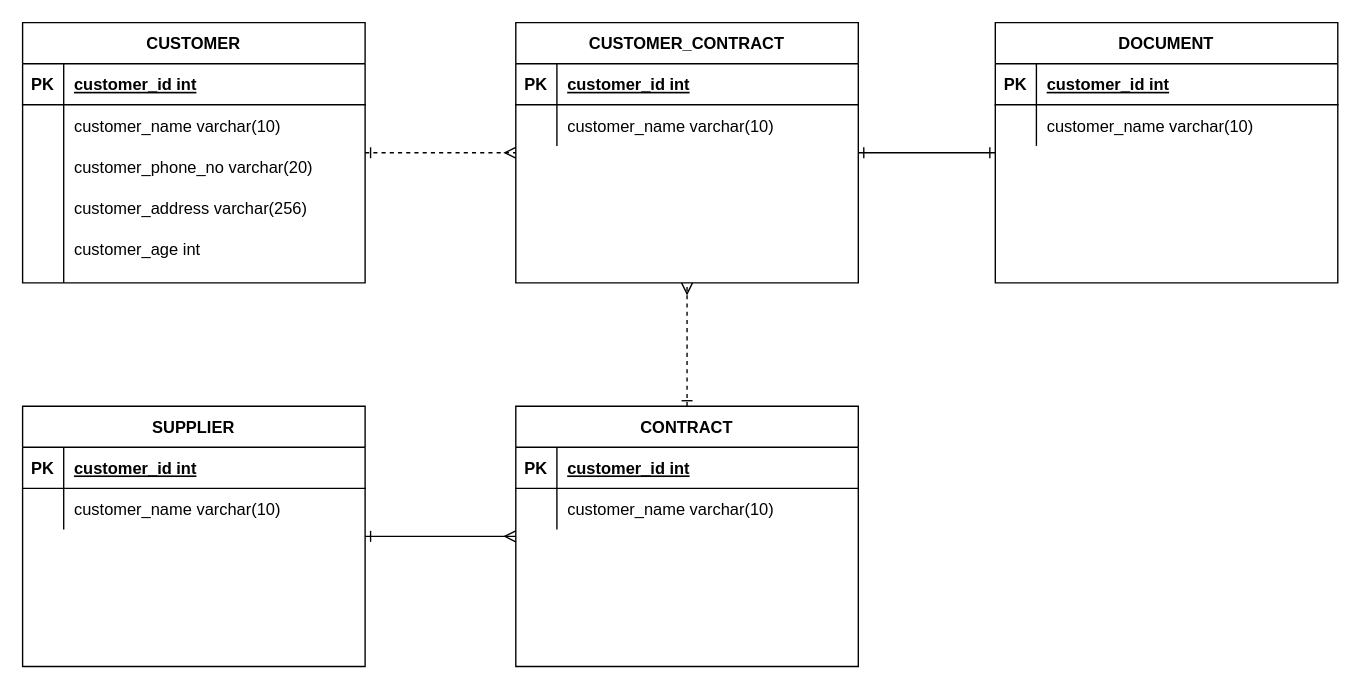
The draw.io diagram 제목 없는 다이어그램.drawio in lkis71/core, before the edit. Source tidied: cells renumbered, new cells numbered last; positions are measured from the earlier drawing's top-left corner, leaving out a move shared by most shapes. Both pictures are drawn from the tidied source at 137%, with x=0, y=0 at pixel (22, 22).
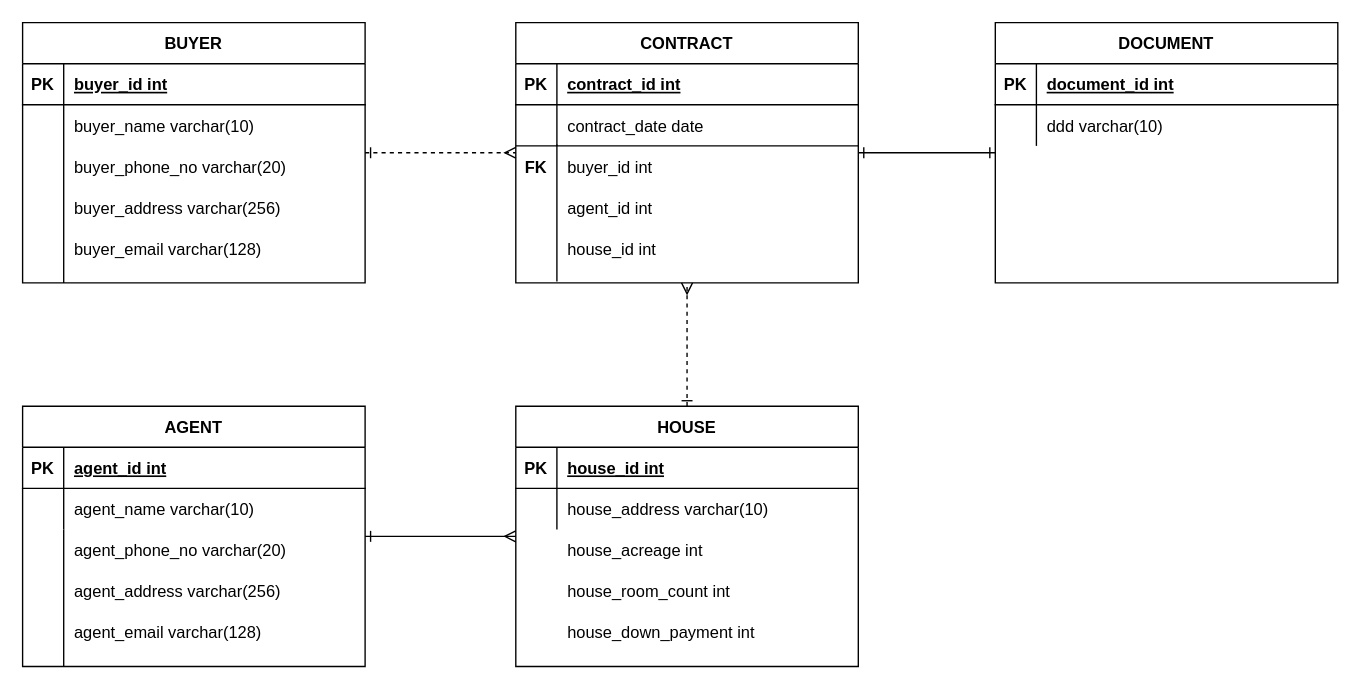
The same diagram, later.

Commit message:
제목 없는 다이어그램.drawio 업데이트

Unchanged cells that the change refers to:
```xml
<mxCell id="3" style="shape=partialRectangle;fillColor=none;top=0;left=0;right=0;bottom=1;" parent="2" vertex="1">
  <mxGeometry y="30" width="250" height="30" as="geometry" />
</mxCell>
<mxCell id="6" style="shape=partialRectangle;fillColor=none;top=0;left=0;right=0;bottom=0;" parent="2" vertex="1">
  <mxGeometry y="60" width="250" height="30" as="geometry" />
</mxCell>
<mxCell id="14" style="shape=partialRectangle;fillColor=none;top=0;left=0;right=0;bottom=1;" parent="13" vertex="1">
  <mxGeometry y="30" width="250" height="30" as="geometry" />
</mxCell>
<mxCell id="17" style="shape=partialRectangle;fillColor=none;top=0;left=0;right=0;bottom=0;" parent="13" vertex="1">
  <mxGeometry y="60" width="250" height="30" as="geometry" />
</mxCell>
<mxCell id="21" style="shape=partialRectangle;fillColor=none;top=0;left=0;right=0;bottom=1;" parent="20" vertex="1">
  <mxGeometry y="30" width="250" height="30" as="geometry" />
</mxCell>
<mxCell id="24" style="shape=partialRectangle;fillColor=none;top=0;left=0;right=0;bottom=0;" parent="20" vertex="1">
  <mxGeometry y="60" width="250" height="30" as="geometry" />
</mxCell>
<mxCell id="28" style="shape=partialRectangle;fillColor=none;top=0;left=0;right=0;bottom=1;" parent="27" vertex="1">
  <mxGeometry y="30" width="250" height="30" as="geometry" />
</mxCell>
<mxCell id="31" style="shape=partialRectangle;fillColor=none;top=0;left=0;right=0;bottom=0;" parent="27" vertex="1">
  <mxGeometry y="60" width="250" height="30" as="geometry" />
</mxCell>
<mxCell id="35" style="shape=partialRectangle;fillColor=none;top=0;left=0;right=0;bottom=1;" parent="34" vertex="1">
  <mxGeometry y="30" width="250" height="30" as="geometry" />
</mxCell>
<mxCell id="38" style="shape=partialRectangle;fillColor=none;top=0;left=0;right=0;bottom=0;" parent="34" vertex="1">
  <mxGeometry y="60" width="250" height="30" as="geometry" />
</mxCell>
```

The edit, as a diff of the source:
```diff
@@
-    <mxCell id="2" value="CUSTOMER" style="shape=table;startSize=30;childLayout=tableLayout;rowLines=0;fontStyle=1;align=center;" parent="1" vertex="1">
+    <mxCell id="2" value="BUYER" style="shape=table;startSize=30;childLayout=tableLayout;rowLines=0;fontStyle=1;align=center;" parent="1" vertex="1">
       <mxGeometry width="250" height="190" as="geometry" />
     </mxCell>
@@
-    <mxCell id="5" value="customer_id int" style="shape=partialRectangle;overflow=hidden;fillColor=none;top=0;left=0;bottom=0;right=0;align=left;spacingLeft=6;fontStyle=5;" parent="3" vertex="1">
+    <mxCell id="5" value="buyer_id int" style="shape=partialRectangle;overflow=hidden;fillColor=none;top=0;left=0;bottom=0;right=0;align=left;spacingLeft=6;fontStyle=5;" parent="3" vertex="1">
       <mxGeometry x="30" width="220" height="30" as="geometry" />
     </mxCell>
@@
-    <mxCell id="8" value="customer_name varchar(10)" style="shape=partialRectangle;overflow=hidden;fillColor=none;top=0;left=0;bottom=0;right=0;align=left;spacingLeft=6;" parent="6" vertex="1">
+    <mxCell id="8" value="buyer_name varchar(10)" style="shape=partialRectangle;overflow=hidden;fillColor=none;top=0;left=0;bottom=0;right=0;align=left;spacingLeft=6;" parent="6" vertex="1">
       <mxGeometry x="30" width="220" height="30" as="geometry" />
     </mxCell>
-    <mxCell id="9" value="customer_phone_no varchar(20)" style="shape=partialRectangle;overflow=hidden;fillColor=none;top=0;left=0;bottom=0;right=0;align=left;spacingLeft=6;" parent="1" vertex="1">
+    <mxCell id="9" value="buyer_phone_no varchar(20)" style="shape=partialRectangle;overflow=hidden;fillColor=none;top=0;left=0;bottom=0;right=0;align=left;spacingLeft=6;" parent="1" vertex="1">
       <mxGeometry x="30" y="90" width="220" height="30" as="geometry" />
     </mxCell>
-    <mxCell id="10" value="customer_address varchar(256)" style="shape=partialRectangle;overflow=hidden;fillColor=none;top=0;left=0;bottom=0;right=0;align=left;spacingLeft=6;" parent="1" vertex="1">
+    <mxCell id="10" value="buyer_address varchar(256)" style="shape=partialRectangle;overflow=hidden;fillColor=none;top=0;left=0;bottom=0;right=0;align=left;spacingLeft=6;" parent="1" vertex="1">
       <mxGeometry x="30" y="120" width="220" height="30" as="geometry" />
     </mxCell>
-    <mxCell id="11" value="customer_age int" style="shape=partialRectangle;overflow=hidden;fillColor=none;top=0;left=0;bottom=0;right=0;align=left;spacingLeft=6;" parent="1" vertex="1">
+    <mxCell id="11" value="buyer_email varchar(128)" style="shape=partialRectangle;overflow=hidden;fillColor=none;top=0;left=0;bottom=0;right=0;align=left;spacingLeft=6;" parent="1" vertex="1">
       <mxGeometry x="30" y="150" width="220" height="30" as="geometry" />
     </mxCell>
@@
-    <mxCell id="13" value="CUSTOMER_CONTRACT" style="shape=table;startSize=30;childLayout=tableLayout;rowLines=0;fontStyle=1;align=center;" parent="1" vertex="1">
+    <mxCell id="13" value="CONTRACT" style="shape=table;startSize=30;childLayout=tableLayout;rowLines=0;fontStyle=1;align=center;" parent="1" vertex="1">
       <mxGeometry x="360" width="250" height="190" as="geometry" />
     </mxCell>
@@
-    <mxCell id="16" value="customer_id int" style="shape=partialRectangle;overflow=hidden;fillColor=none;top=0;left=0;bottom=0;right=0;align=left;spacingLeft=6;fontStyle=5;" parent="14" vertex="1">
+    <mxCell id="16" value="contract_id int" style="shape=partialRectangle;overflow=hidden;fillColor=none;top=0;left=0;bottom=0;right=0;align=left;spacingLeft=6;fontStyle=5;" parent="14" vertex="1">
       <mxGeometry x="30" width="220" height="30" as="geometry" />
     </mxCell>
@@
-    <mxCell id="19" value="customer_name varchar(10)" style="shape=partialRectangle;overflow=hidden;fillColor=none;top=0;left=0;bottom=0;right=0;align=left;spacingLeft=6;" parent="17" vertex="1">
+    <mxCell id="19" value="contract_date date" style="shape=partialRectangle;overflow=hidden;fillColor=none;top=0;left=0;bottom=0;right=0;align=left;spacingLeft=6;" parent="17" vertex="1">
       <mxGeometry x="30" width="220" height="30" as="geometry" />
     </mxCell>
@@
-    <mxCell id="23" value="customer_id int" style="shape=partialRectangle;overflow=hidden;fillColor=none;top=0;left=0;bottom=0;right=0;align=left;spacingLeft=6;fontStyle=5;" parent="21" vertex="1">
+    <mxCell id="23" value="document_id int" style="shape=partialRectangle;overflow=hidden;fillColor=none;top=0;left=0;bottom=0;right=0;align=left;spacingLeft=6;fontStyle=5;" parent="21" vertex="1">
       <mxGeometry x="30" width="220" height="30" as="geometry" />
     </mxCell>
@@
-    <mxCell id="26" value="customer_name varchar(10)" style="shape=partialRectangle;overflow=hidden;fillColor=none;top=0;left=0;bottom=0;right=0;align=left;spacingLeft=6;" parent="24" vertex="1">
+    <mxCell id="26" value="ddd varchar(10)" style="shape=partialRectangle;overflow=hidden;fillColor=none;top=0;left=0;bottom=0;right=0;align=left;spacingLeft=6;" parent="24" vertex="1">
       <mxGeometry x="30" width="220" height="30" as="geometry" />
     </mxCell>
-    <mxCell id="27" value="CONTRACT" style="shape=table;startSize=30;childLayout=tableLayout;rowLines=0;fontStyle=1;align=center;" parent="1" vertex="1">
+    <mxCell id="27" value="HOUSE" style="shape=table;startSize=30;childLayout=tableLayout;rowLines=0;fontStyle=1;align=center;" parent="1" vertex="1">
       <mxGeometry x="360" y="280" width="250" height="190" as="geometry" />
     </mxCell>
@@
-    <mxCell id="30" value="customer_id int" style="shape=partialRectangle;overflow=hidden;fillColor=none;top=0;left=0;bottom=0;right=0;align=left;spacingLeft=6;fontStyle=5;" parent="28" vertex="1">
+    <mxCell id="30" value="house_id int" style="shape=partialRectangle;overflow=hidden;fillColor=none;top=0;left=0;bottom=0;right=0;align=left;spacingLeft=6;fontStyle=5;" parent="28" vertex="1">
       <mxGeometry x="30" width="220" height="30" as="geometry" />
     </mxCell>
@@
-    <mxCell id="33" value="customer_name varchar(10)" style="shape=partialRectangle;overflow=hidden;fillColor=none;top=0;left=0;bottom=0;right=0;align=left;spacingLeft=6;" parent="31" vertex="1">
+    <mxCell id="33" value="house_address varchar(10)" style="shape=partialRectangle;overflow=hidden;fillColor=none;top=0;left=0;bottom=0;right=0;align=left;spacingLeft=6;" parent="31" vertex="1">
       <mxGeometry x="30" width="220" height="30" as="geometry" />
     </mxCell>
-    <mxCell id="34" value="SUPPLIER" style="shape=table;startSize=30;childLayout=tableLayout;rowLines=0;fontStyle=1;align=center;" parent="1" vertex="1">
+    <mxCell id="34" value="AGENT" style="shape=table;startSize=30;childLayout=tableLayout;rowLines=0;fontStyle=1;align=center;" parent="1" vertex="1">
       <mxGeometry y="280" width="250" height="190" as="geometry" />
     </mxCell>
@@
-    <mxCell id="37" value="customer_id int" style="shape=partialRectangle;overflow=hidden;fillColor=none;top=0;left=0;bottom=0;right=0;align=left;spacingLeft=6;fontStyle=5;" parent="35" vertex="1">
+    <mxCell id="37" value="agent_id int" style="shape=partialRectangle;overflow=hidden;fillColor=none;top=0;left=0;bottom=0;right=0;align=left;spacingLeft=6;fontStyle=5;" parent="35" vertex="1">
       <mxGeometry x="30" width="220" height="30" as="geometry" />
     </mxCell>
@@
-    <mxCell id="40" value="customer_name varchar(10)" style="shape=partialRectangle;overflow=hidden;fillColor=none;top=0;left=0;bottom=0;right=0;align=left;spacingLeft=6;" parent="38" vertex="1">
+    <mxCell id="40" value="agent_name varchar(10)" style="shape=partialRectangle;overflow=hidden;fillColor=none;top=0;left=0;bottom=0;right=0;align=left;spacingLeft=6;" parent="38" vertex="1">
       <mxGeometry x="30" width="220" height="30" as="geometry" />
     </mxCell>
@@
+    <mxCell id="45" value="buyer_id int" style="shape=partialRectangle;overflow=hidden;fillColor=none;top=0;left=0;bottom=0;right=0;align=left;spacingLeft=6;" parent="1" vertex="1">
+      <mxGeometry x="390" y="90" width="220" height="30" as="geometry" />
+    </mxCell>
+    <mxCell id="46" value="agent_id int" style="shape=partialRectangle;overflow=hidden;fillColor=none;top=0;left=0;bottom=0;right=0;align=left;spacingLeft=6;" parent="1" vertex="1">
+      <mxGeometry x="390" y="120" width="220" height="30" as="geometry" />
+    </mxCell>
+    <mxCell id="47" value="house_id int" style="shape=partialRectangle;overflow=hidden;fillColor=none;top=0;left=0;bottom=0;right=0;align=left;spacingLeft=6;" parent="1" vertex="1">
+      <mxGeometry x="390" y="150" width="220" height="30" as="geometry" />
+    </mxCell>
+    <mxCell id="48" style="endArrow=none;html=1;rounded=0;" parent="1" edge="1">
+      <mxGeometry relative="1" as="geometry">
+        <mxPoint x="390" y="189" as="sourcePoint" />
+        <mxPoint x="390" y="89" as="targetPoint" />
+      </mxGeometry>
+    </mxCell>
+    <mxCell id="49" value="FK" style="shape=partialRectangle;overflow=hidden;fillColor=none;top=0;left=0;bottom=0;right=0;fontStyle=1;" parent="1" vertex="1">
+      <mxGeometry x="360" y="90" width="30" height="30" as="geometry" />
+    </mxCell>
+    <mxCell id="50" style="endArrow=none;html=1;rounded=0;" parent="1" edge="1">
+      <mxGeometry relative="1" as="geometry">
+        <mxPoint x="360" y="90" as="sourcePoint" />
+        <mxPoint x="610" y="90" as="targetPoint" />
+      </mxGeometry>
+    </mxCell>
+    <mxCell id="51" value="agent_phone_no varchar(20)" style="shape=partialRectangle;overflow=hidden;fillColor=none;top=0;left=0;bottom=0;right=0;align=left;spacingLeft=6;" parent="1" vertex="1">
+      <mxGeometry x="30" y="370" width="220" height="30" as="geometry" />
+    </mxCell>
+    <mxCell id="52" value="agent_address varchar(256)" style="shape=partialRectangle;overflow=hidden;fillColor=none;top=0;left=0;bottom=0;right=0;align=left;spacingLeft=6;" parent="1" vertex="1">
+      <mxGeometry x="30" y="400" width="220" height="30" as="geometry" />
+    </mxCell>
+    <mxCell id="53" value="agent_email varchar(128)" style="shape=partialRectangle;overflow=hidden;fillColor=none;top=0;left=0;bottom=0;right=0;align=left;spacingLeft=6;" parent="1" vertex="1">
+      <mxGeometry x="30" y="430" width="220" height="30" as="geometry" />
+    </mxCell>
+    <mxCell id="54" style="endArrow=none;html=1;rounded=0;" parent="1" edge="1">
+      <mxGeometry relative="1" as="geometry">
+        <mxPoint x="30" y="470" as="sourcePoint" />
+        <mxPoint x="30" y="370" as="targetPoint" />
+      </mxGeometry>
+    </mxCell>
+    <mxCell id="55" value="house_acreage int" style="shape=partialRectangle;overflow=hidden;fillColor=none;top=0;left=0;bottom=0;right=0;align=left;spacingLeft=6;" parent="1" vertex="1">
+      <mxGeometry x="390" y="370" width="220" height="30" as="geometry" />
+    </mxCell>
+    <mxCell id="56" value="house_room_count int" style="shape=partialRectangle;overflow=hidden;fillColor=none;top=0;left=0;bottom=0;right=0;align=left;spacingLeft=6;" parent="1" vertex="1">
+      <mxGeometry x="390" y="400" width="220" height="30" as="geometry" />
+    </mxCell>
+    <mxCell id="57" value="house_down_payment int" style="shape=partialRectangle;overflow=hidden;fillColor=none;top=0;left=0;bottom=0;right=0;align=left;spacingLeft=6;" parent="1" vertex="1">
+      <mxGeometry x="390" y="430" width="220" height="30" as="geometry" />
+    </mxCell>
```
